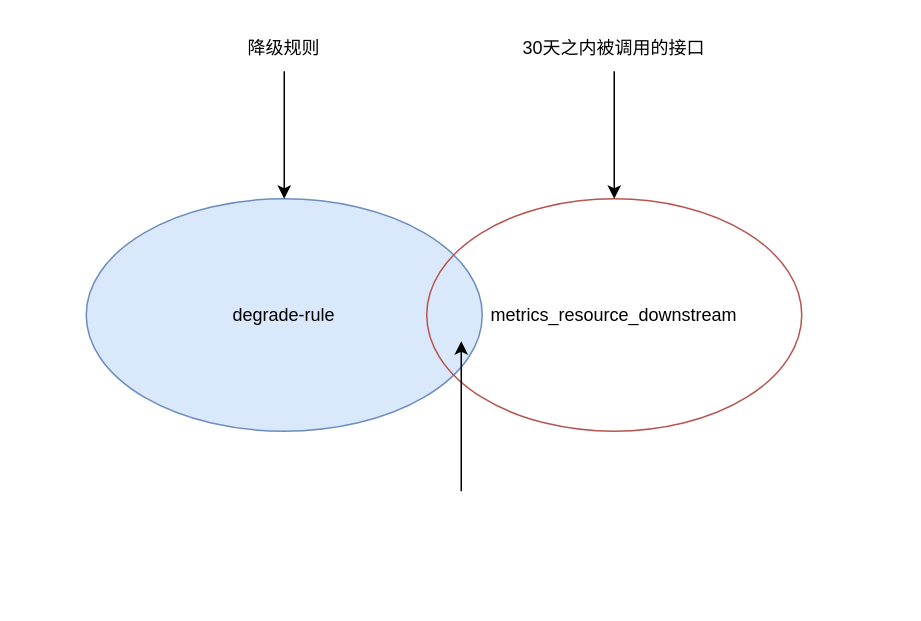
Above: upstream.drawio in wupei-w/diagrams (draw.io), before the change. Source tidied: cells renumbered, new cells numbered last; positions are measured from the earlier drawing's top-left corner, leaving out a move shared by most shapes. Both pictures are drawn from the tidied source at 150%, with x=0, y=0 at pixel (86, 26).
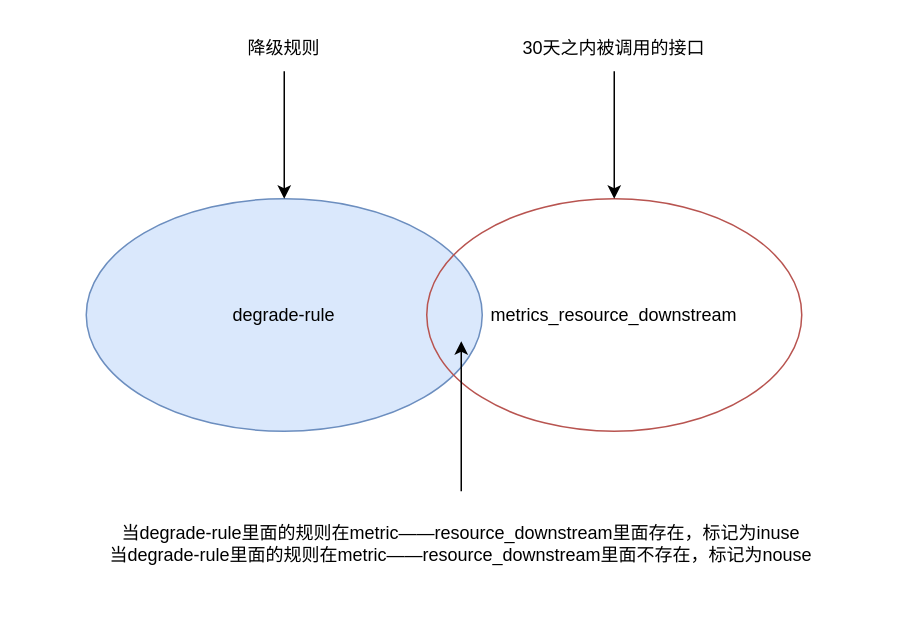
The same page after the edit.

The edit, as a diff of the source:
```diff
@@
 <mxGraphModel>
   <root>
     <mxCell id="0" />
     <mxCell id="1" parent="0" />
     <mxCell id="2" value="degrade-rule" style="ellipse;whiteSpace=wrap;html=1;fillColor=#dae8fc;strokeColor=#6c8ebf;flipH=0;flipV=1;" parent="1" vertex="1">
       <mxGeometry y="115" width="264" height="155" as="geometry" />
     </mxCell>
     <mxCell id="3" value="metrics_resource_downstream" style="ellipse;whiteSpace=wrap;html=1;fillColor=none;strokeColor=#b85450;" parent="1" vertex="1">
       <mxGeometry x="227" y="115" width="250" height="155" as="geometry" />
     </mxCell>
     <mxCell id="4" style="edgeStyle=orthogonalEdgeStyle;rounded=0;jettySize=auto;html=1;" parent="1" edge="1" source="5" target="2">
       <mxGeometry relative="1" as="geometry" />
     </mxCell>
     <mxCell id="5" value="降级规则" style="text;html=1;strokeColor=none;fillColor=none;align=center;verticalAlign=middle;whiteSpace=wrap;rounded=0;" parent="1" vertex="1">
       <mxGeometry x="37" width="190" height="30" as="geometry" />
     </mxCell>
     <mxCell id="6" style="edgeStyle=orthogonalEdgeStyle;rounded=0;jettySize=auto;html=1;" parent="1" edge="1" source="7" target="3">
       <mxGeometry relative="1" as="geometry" />
     </mxCell>
     <mxCell id="7" value="30天之内被调用的接口" style="text;html=1;strokeColor=none;fillColor=none;align=center;verticalAlign=middle;whiteSpace=wrap;rounded=0;" parent="1" vertex="1">
       <mxGeometry x="282" width="140" height="30" as="geometry" />
     </mxCell>
     <mxCell id="8" style="endArrow=classic;html=1;rounded=0;" parent="1" edge="1">
       <mxGeometry relative="1" as="geometry">
         <mxPoint x="250" y="310" as="sourcePoint" />
         <mxPoint x="250" y="210" as="targetPoint" />
       </mxGeometry>
     </mxCell>
+    <mxCell id="9" value="当degrade-rule里面的规则在metric——resource_downstream里面存在，标记为inuse&lt;br&gt;当degrade-rule里面的规则在metric——resource_downstream里面不存在，标记为nouse" style="text;html=1;strokeColor=none;fillColor=none;align=center;verticalAlign=middle;whiteSpace=wrap;rounded=0;" parent="1" vertex="1">
+      <mxGeometry x="-40" y="310" width="580" height="70" as="geometry" />
+    </mxCell>
   </root>
 </mxGraphModel>
```
